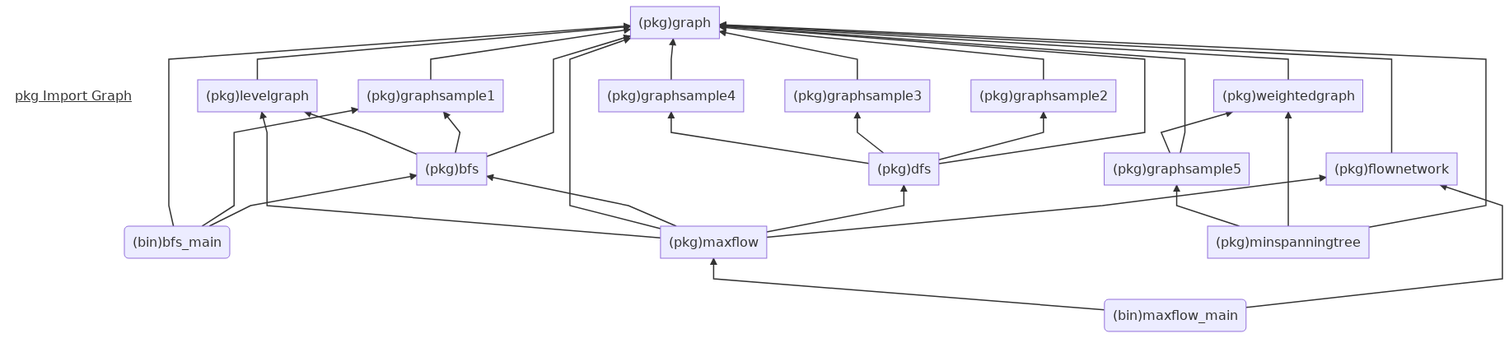
Earlier version of the Mermaid export golang_pkg_import_graph.mmd.png (wangyoucao577/algorithms_practice). Its source is kept beside it as golang_pkg_import_graph.mmd.
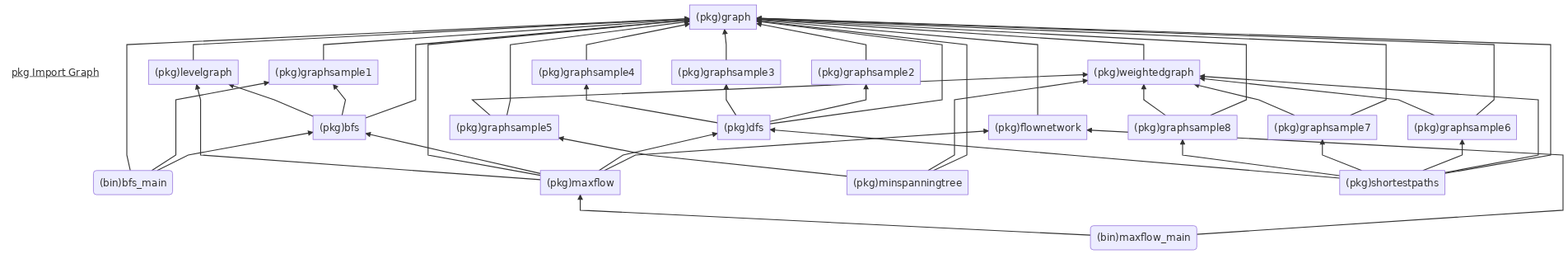
The same file after the commit.

Commit message:
udpate pkg graph

The edit, as a diff of the source:
```diff
@@ -17,6 +17,16 @@
 
 pkggraphsample5["(pkg)graphsample5"] --> pkggraph
 pkggraphsample5["(pkg)graphsample5"] --> pkgweightedgraph
+
+pkggraphsample6["(pkg)graphsample6"] --> pkggraph
+pkggraphsample6["(pkg)graphsample6"] --> pkgweightedgraph
+
+pkggraphsample7["(pkg)graphsample7"] --> pkggraph
+pkggraphsample7["(pkg)graphsample7"] --> pkgweightedgraph
+
+pkggraphsample8["(pkg)graphsample8"] --> pkggraph
+pkggraphsample8["(pkg)graphsample8"] --> pkgweightedgraph
+
 
 
 pkgbfs["(pkg)bfs"] --> pkggraph
@@ -48,4 +58,12 @@
 pkgminspanningtree --> pkgweightedgraph
 pkgminspanningtree --> pkggraphsample5
 
+pkgshortestpaths["(pkg)shortestpaths"] --> pkggraph
+pkgshortestpaths --> pkgweightedgraph
+pkgshortestpaths --> pkggraphsample6
+pkgshortestpaths --> pkggraphsample7
+pkgshortestpaths --> pkggraphsample8
+pkgshortestpaths --> pkgdfs
 
+
+
```
